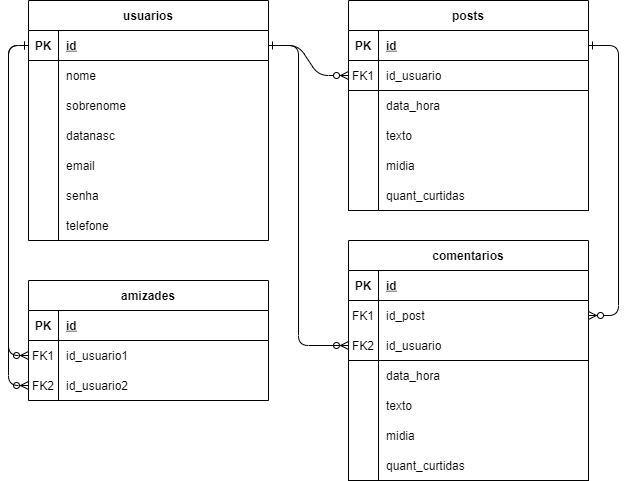
Before: DBD_Odin.png, a diagram exported from draw.io (cp2-dc-info-projeto-final/odin). Source tidied: cells renumbered, new cells last; positions are measured from the earlier drawing's top-left corner, leaving out a move shared by most shapes.
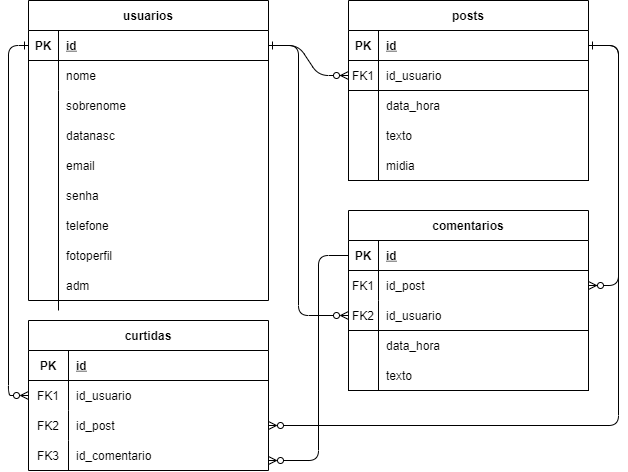
The same file after the commit.

Commit message:
Diagrama de Banco de Dados atualizado

The edit, as a diff of the source:
```diff
@@ -30,7 +30,7 @@
       <mxGeometry x="30" width="210" height="30" as="geometry" />
     </mxCell>
     <mxCell id="11" value="comentarios" style="shape=table;startSize=30;rowLines=0;fontStyle=1;align=center;" parent="1" vertex="1">
-      <mxGeometry x="320" y="240" width="240" height="120" as="geometry" />
+      <mxGeometry x="320" y="210" width="240" height="120" as="geometry" />
     </mxCell>
     <mxCell id="12" style="shape=partialRectangle;fillColor=none;points=[[0,0.5],[1,0.5]];portConstraint=eastwest;top=0;left=0;right=0;bottom=1;" parent="11" vertex="1">
       <mxGeometry y="30" width="240" height="30" as="geometry" />
@@ -59,8 +59,8 @@
     <mxCell id="20" value="id_usuario" style="shape=partialRectangle;overflow=hidden;fillColor=none;top=0;left=0;bottom=0;right=0;align=left;spacingLeft=6;" parent="18" vertex="1">
       <mxGeometry x="30" width="210" height="30" as="geometry" />
     </mxCell>
-    <mxCell id="21" value="usuarios" style="shape=table;startSize=30;rowLines=0;fontStyle=1;align=center;fillColor=none;" parent="1" vertex="1">
-      <mxGeometry width="240" height="240" as="geometry" />
+    <mxCell id="21" value="usuarios" style="shape=table;startSize=30;rowLines=0;fontStyle=1;align=center;" parent="1" vertex="1">
+      <mxGeometry width="240" height="300" as="geometry" />
     </mxCell>
     <mxCell id="22" style="shape=partialRectangle;fillColor=none;points=[[0,0.5],[1,0.5]];portConstraint=eastwest;top=0;left=0;right=0;bottom=1;" parent="21" vertex="1">
       <mxGeometry y="30" width="240" height="30" as="geometry" />
@@ -81,7 +81,7 @@
       <mxGeometry x="30" width="210" height="30" as="geometry" />
     </mxCell>
     <mxCell id="28" value="sobrenome" style="shape=partialRectangle;overflow=hidden;fillColor=none;top=0;left=0;bottom=0;right=0;align=left;spacingLeft=6;" parent="1" vertex="1">
-      <mxGeometry x="30" y="90" width="210" height="30" as="geometry" />
+      <mxGeometry x="30" y="90" width="220" height="30" as="geometry" />
     </mxCell>
     <mxCell id="29" value="datanasc" style="shape=partialRectangle;overflow=hidden;fillColor=none;top=0;left=0;bottom=0;right=0;align=left;spacingLeft=6;" parent="1" vertex="1">
       <mxGeometry x="30" y="120" width="220" height="30" as="geometry" />
@@ -93,13 +93,13 @@
       <mxGeometry x="30" y="180" width="220" height="30" as="geometry" />
     </mxCell>
     <mxCell id="32" value="telefone" style="shape=partialRectangle;overflow=hidden;fillColor=none;top=0;left=0;bottom=0;right=0;align=left;spacingLeft=6;" parent="1" vertex="1">
-      <mxGeometry x="30" y="210" width="210" height="30" as="geometry" />
+      <mxGeometry x="30" y="210" width="220" height="30" as="geometry" />
     </mxCell>
     <mxCell id="33" style="rounded=0;whiteSpace=wrap;html=1;" parent="1" vertex="1">
-      <mxGeometry x="350" y="90" width="210" height="120" as="geometry" />
+      <mxGeometry x="350" y="90" width="210" height="90" as="geometry" />
     </mxCell>
     <mxCell id="34" style="rounded=0;whiteSpace=wrap;html=1;" parent="1" vertex="1">
-      <mxGeometry x="320" y="90" width="30" height="120" as="geometry" />
+      <mxGeometry x="320" y="90" width="30" height="90" as="geometry" />
     </mxCell>
     <mxCell id="35" value="data_hora" style="shape=partialRectangle;overflow=hidden;fillColor=none;top=0;left=0;bottom=0;right=0;align=left;spacingLeft=6;" parent="1" vertex="1">
       <mxGeometry x="350" y="90" width="220" height="30" as="geometry" />
@@ -110,73 +110,102 @@
     <mxCell id="37" value="midia" style="shape=partialRectangle;overflow=hidden;fillColor=none;top=0;left=0;bottom=0;right=0;align=left;spacingLeft=6;" parent="1" vertex="1">
       <mxGeometry x="350" y="150" width="220" height="30" as="geometry" />
     </mxCell>
-    <mxCell id="38" value="quant_curtidas" style="shape=partialRectangle;overflow=hidden;fillColor=none;top=0;left=0;bottom=0;right=0;align=left;spacingLeft=6;" parent="1" vertex="1">
-      <mxGeometry x="350" y="180" width="180" height="30" as="geometry" />
-    </mxCell>
     <mxCell id="39" value="FK2" style="shape=partialRectangle;overflow=hidden;fillColor=none;top=0;left=0;bottom=0;right=0;" parent="1" vertex="1">
-      <mxGeometry x="322.5" y="330" width="25" height="30" as="geometry" />
+      <mxGeometry x="322.5" y="300" width="25" height="30" as="geometry" />
     </mxCell>
     <mxCell id="40" style="edgeStyle=orthogonalEdgeStyle;rounded=1;jettySize=auto;html=1;entryX=0;entryY=0.5;entryDx=0;entryDy=0;endArrow=ERzeroToMany;endFill=0;" parent="1" edge="1" source="22" target="18">
       <mxGeometry relative="1" as="geometry">
         <Array as="points">
           <mxPoint x="270" y="45" />
-          <mxPoint x="270" y="345" />
+          <mxPoint x="270" y="315" />
         </Array>
       </mxGeometry>
     </mxCell>
     <mxCell id="41" style="rounded=0;whiteSpace=wrap;html=1;" parent="1" vertex="1">
-      <mxGeometry x="350" y="360" width="210" height="120" as="geometry" />
+      <mxGeometry x="350" y="330" width="210" height="60" as="geometry" />
     </mxCell>
     <mxCell id="42" style="rounded=0;whiteSpace=wrap;html=1;" parent="1" vertex="1">
-      <mxGeometry x="320" y="360" width="30" height="120" as="geometry" />
+      <mxGeometry x="320" y="330" width="30" height="60" as="geometry" />
     </mxCell>
     <mxCell id="43" value="data_hora" style="shape=partialRectangle;overflow=hidden;fillColor=none;top=0;left=0;bottom=0;right=0;align=left;spacingLeft=6;" parent="1" vertex="1">
-      <mxGeometry x="350" y="360" width="220" height="30" as="geometry" />
+      <mxGeometry x="350" y="330" width="220" height="30" as="geometry" />
     </mxCell>
     <mxCell id="44" value="texto" style="shape=partialRectangle;overflow=hidden;fillColor=none;top=0;left=0;bottom=0;right=0;align=left;spacingLeft=6;" parent="1" vertex="1">
-      <mxGeometry x="350" y="390" width="220" height="30" as="geometry" />
+      <mxGeometry x="350" y="360" width="220" height="30" as="geometry" />
     </mxCell>
-    <mxCell id="45" value="midia" style="shape=partialRectangle;overflow=hidden;fillColor=none;top=0;left=0;bottom=0;right=0;align=left;spacingLeft=6;" parent="1" vertex="1">
-      <mxGeometry x="350" y="420" width="220" height="30" as="geometry" />
-    </mxCell>
-    <mxCell id="46" value="quant_curtidas" style="shape=partialRectangle;overflow=hidden;fillColor=none;top=0;left=0;bottom=0;right=0;align=left;spacingLeft=6;" parent="1" vertex="1">
-      <mxGeometry x="350" y="450" width="190" height="30" as="geometry" />
-    </mxCell>
-    <mxCell id="47" value="amizades" style="shape=table;startSize=30;rowLines=0;fontStyle=1;align=center;" parent="1" vertex="1">
-      <mxGeometry y="280" width="240" height="120" as="geometry" />
+    <mxCell id="47" value="curtidas" style="shape=table;startSize=30;rowLines=0;fontStyle=1;align=center;" parent="1" vertex="1">
+      <mxGeometry y="320" width="240" height="150" as="geometry" />
     </mxCell>
     <mxCell id="48" style="shape=partialRectangle;fillColor=none;top=0;left=0;right=0;bottom=1;" parent="47" vertex="1">
       <mxGeometry y="30" width="240" height="30" as="geometry" />
     </mxCell>
     <mxCell id="49" value="PK" style="shape=partialRectangle;overflow=hidden;fillColor=none;top=0;left=0;bottom=0;right=0;fontStyle=1;" parent="48" vertex="1">
-      <mxGeometry width="30" height="30" as="geometry" />
+      <mxGeometry width="40" height="30" as="geometry" />
     </mxCell>
     <mxCell id="50" value="id" style="shape=partialRectangle;overflow=hidden;fillColor=none;top=0;left=0;bottom=0;right=0;align=left;spacingLeft=6;fontStyle=5;" parent="48" vertex="1">
-      <mxGeometry x="30" width="210" height="30" as="geometry" />
+      <mxGeometry x="40" width="200" height="30" as="geometry" />
     </mxCell>
     <mxCell id="51" style="shape=partialRectangle;fillColor=none;points=[[0,0.5],[1,0.5]];portConstraint=eastwest;top=0;left=0;right=0;bottom=0;" parent="47" vertex="1">
       <mxGeometry y="60" width="240" height="30" as="geometry" />
     </mxCell>
     <mxCell id="52" value="FK1" style="shape=partialRectangle;overflow=hidden;fillColor=none;top=0;left=0;bottom=0;right=0;" parent="51" vertex="1">
-      <mxGeometry width="30" height="30" as="geometry" />
+      <mxGeometry width="40" height="30" as="geometry" />
     </mxCell>
-    <mxCell id="53" value="id_usuario1" style="shape=partialRectangle;overflow=hidden;fillColor=none;top=0;left=0;bottom=0;right=0;align=left;spacingLeft=6;" parent="51" vertex="1">
-      <mxGeometry x="30" width="210" height="30" as="geometry" />
+    <mxCell id="53" value="id_usuario" style="shape=partialRectangle;overflow=hidden;fillColor=none;top=0;left=0;bottom=0;right=0;align=left;spacingLeft=6;" parent="51" vertex="1">
+      <mxGeometry x="40" width="200" height="30" as="geometry" />
     </mxCell>
     <mxCell id="54" style="shape=partialRectangle;fillColor=none;points=[[0,0.5],[1,0.5]];portConstraint=eastwest;top=0;left=0;right=0;bottom=0;" parent="47" vertex="1">
       <mxGeometry y="90" width="240" height="30" as="geometry" />
     </mxCell>
     <mxCell id="55" value="FK2" style="shape=partialRectangle;overflow=hidden;fillColor=none;top=0;left=0;bottom=0;right=0;" parent="54" vertex="1">
-      <mxGeometry width="30" height="30" as="geometry" />
+      <mxGeometry width="40" height="30" as="geometry" />
     </mxCell>
-    <mxCell id="56" value="id_usuario2" style="shape=partialRectangle;overflow=hidden;fillColor=none;top=0;left=0;bottom=0;right=0;align=left;spacingLeft=6;" parent="54" vertex="1">
-      <mxGeometry x="30" width="210" height="30" as="geometry" />
+    <mxCell id="56" value="id_post" style="shape=partialRectangle;overflow=hidden;fillColor=none;top=0;left=0;bottom=0;right=0;align=left;spacingLeft=6;" parent="54" vertex="1">
+      <mxGeometry x="40" width="200" height="30" as="geometry" />
     </mxCell>
     <mxCell id="57" style="edgeStyle=orthogonalEdgeStyle;rounded=1;jettySize=auto;html=1;exitX=0;exitY=0.5;exitDx=0;exitDy=0;endArrow=ERzeroToMany;endFill=0;entryX=0;entryY=0.5;entryDx=0;entryDy=0;startArrow=ERone;startFill=0;" parent="1" edge="1" source="22" target="51">
       <mxGeometry relative="1" as="geometry" />
     </mxCell>
-    <mxCell id="58" style="edgeStyle=orthogonalEdgeStyle;rounded=1;jettySize=auto;html=1;exitX=0;exitY=0.5;exitDx=0;exitDy=0;entryX=0;entryY=0.5;entryDx=0;entryDy=0;startArrow=ERone;startFill=0;endArrow=ERzeroToMany;endFill=0;" parent="1" edge="1" source="22" target="54">
-      <mxGeometry relative="1" as="geometry" />
-    </mxCell>
+    <mxCell id="59" value="fotoperfil" style="shape=partialRectangle;overflow=hidden;fillColor=none;top=0;left=0;bottom=0;right=0;align=left;spacingLeft=6;" parent="1" vertex="1">
+      <mxGeometry x="30" y="240" width="190" height="30" as="geometry" />
+    </mxCell>
+    <mxCell id="60" value="adm" style="shape=partialRectangle;overflow=hidden;fillColor=none;top=0;left=0;bottom=0;right=0;align=left;spacingLeft=6;" parent="1" vertex="1">
+      <mxGeometry x="30" y="270" width="220" height="30" as="geometry" />
+    </mxCell>
+    <mxCell id="61" style="endArrow=none;html=1;rounded=0;" parent="1" edge="1">
+      <mxGeometry relative="1" as="geometry">
+        <mxPoint x="30" y="310" as="sourcePoint" />
+        <mxPoint x="30" y="90" as="targetPoint" />
+      </mxGeometry>
+    </mxCell>
+    <mxCell id="62" value="id_comentario" style="shape=partialRectangle;overflow=hidden;fillColor=none;top=0;left=0;bottom=0;right=0;align=left;spacingLeft=6;" parent="1" vertex="1">
+      <mxGeometry x="40" y="440" width="200" height="30" as="geometry" />
+    </mxCell>
+    <mxCell id="63" style="endArrow=none;html=1;rounded=0;" parent="1" edge="1">
+      <mxGeometry relative="1" as="geometry">
+        <mxPoint x="40" y="440" as="sourcePoint" />
+        <mxPoint x="40" y="470" as="targetPoint" />
+      </mxGeometry>
+    </mxCell>
+    <mxCell id="64" value="FK3" style="shape=partialRectangle;overflow=hidden;fillColor=none;top=0;left=0;bottom=0;right=0;" parent="1" vertex="1">
+      <mxGeometry y="440" width="40" height="30" as="geometry" />
+    </mxCell>
+    <mxCell id="65" style="edgeStyle=orthogonalEdgeStyle;jettySize=auto;html=1;exitX=1;exitY=0.5;exitDx=0;exitDy=0;entryX=1;entryY=0.5;entryDx=0;entryDy=0;rounded=1;endArrow=ERzeroToMany;endFill=0;" parent="1" edge="1" source="5" target="54">
+      <mxGeometry relative="1" as="geometry">
+        <Array as="points">
+          <mxPoint x="590" y="45" />
+          <mxPoint x="590" y="425" />
+        </Array>
+      </mxGeometry>
+    </mxCell>
+    <mxCell id="66" style="edgeStyle=orthogonalEdgeStyle;rounded=1;jettySize=auto;html=1;exitX=0;exitY=0.5;exitDx=0;exitDy=0;endArrow=ERzeroToMany;endFill=0;" parent="1" edge="1" source="12">
+      <mxGeometry relative="1" as="geometry">
+        <mxPoint x="240" y="460" as="targetPoint" />
+        <Array as="points">
+          <mxPoint x="290" y="255" />
+          <mxPoint x="290" y="460" />
+        </Array>
+      </mxGeometry>
+    </mxCell>
   </root>
 </mxGraphModel>
```
